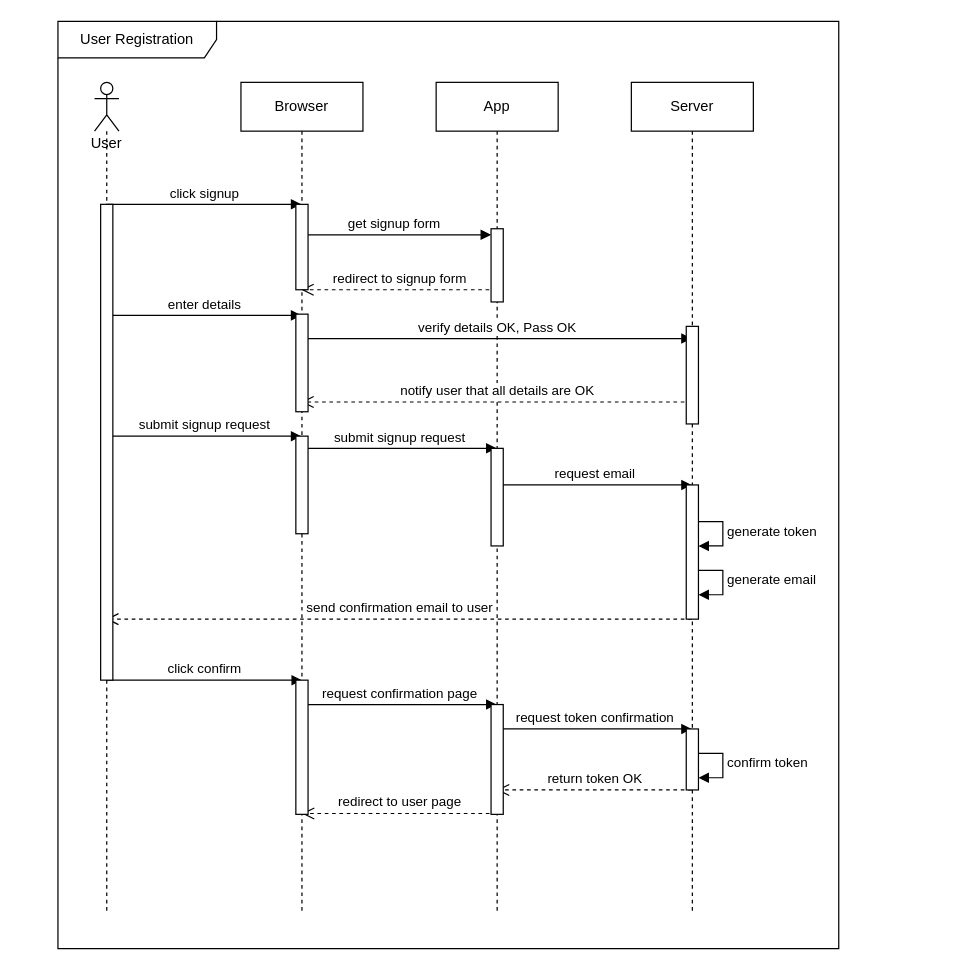
Before: docs/sequences/uc8-seq.drawio in F-Baker/montblanc, a draw.io diagram. Source tidied: cells renumbered, new cells numbered last; positions are measured from the earlier drawing's top-left corner, leaving out a move shared by most shapes. Both pictures are drawn from the tidied source at 122%, with x=0, y=0 at pixel (57, 21).
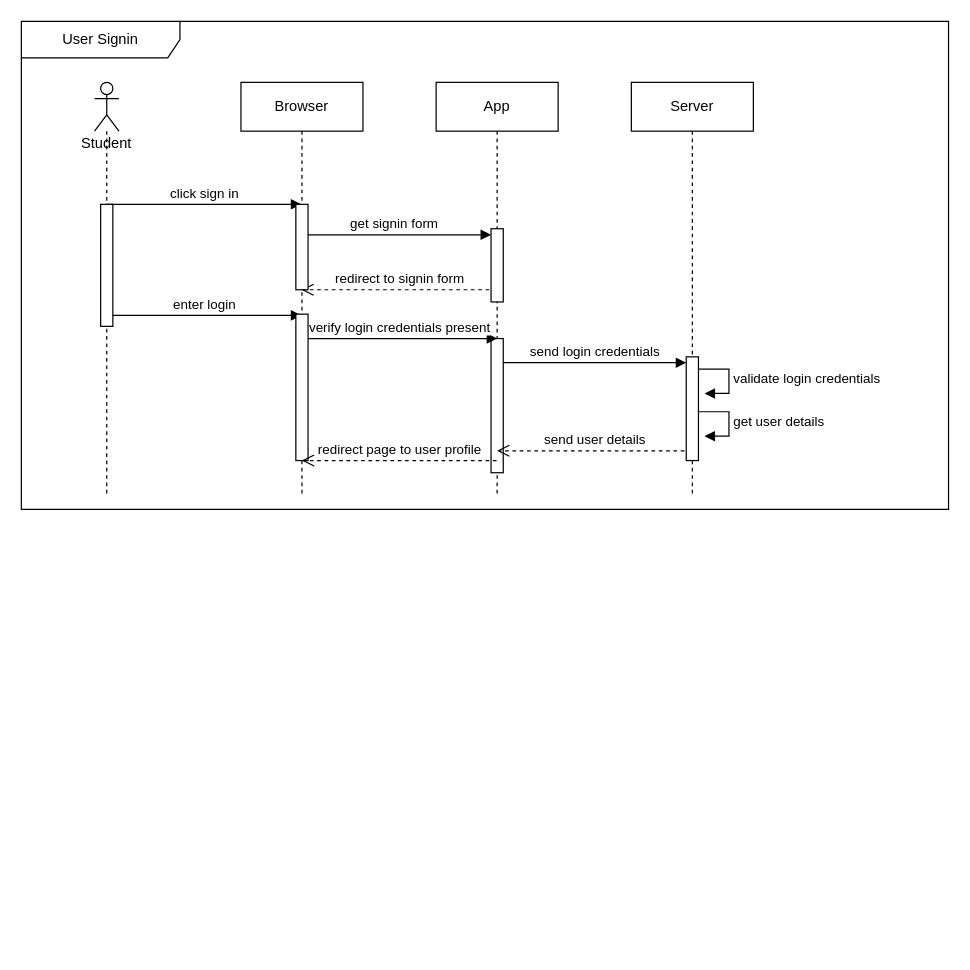
The same page after the edit.

Change to the diagram source:
```diff
@@
-    <mxCell id="2" value="User" style="shape=umlLifeline;participant=umlActor;perimeter=lifelinePerimeter;whiteSpace=wrap;html=1;verticalAlign=top;spacingTop=36;outlineConnect=0;" parent="1" vertex="1">
-      <mxGeometry x="30" y="50" width="20" height="680" as="geometry" />
+    <mxCell id="2" value="Student" style="shape=umlLifeline;participant=umlActor;perimeter=lifelinePerimeter;whiteSpace=wrap;html=1;verticalAlign=top;spacingTop=36;outlineConnect=0;" parent="1" vertex="1">
+      <mxGeometry x="30" y="50" width="20" height="340" as="geometry" />
     </mxCell>
     <mxCell id="3" value="Browser" style="shape=umlLifeline;perimeter=lifelinePerimeter;whiteSpace=wrap;html=1;outlineConnect=0;" parent="1" vertex="1">
-      <mxGeometry x="150" y="50" width="100" height="680" as="geometry" />
+      <mxGeometry x="150" y="50" width="100" height="340" as="geometry" />
     </mxCell>
     <mxCell id="4" value="App" style="shape=umlLifeline;perimeter=lifelinePerimeter;whiteSpace=wrap;html=1;outlineConnect=0;" parent="1" vertex="1">
-      <mxGeometry x="310" y="50" width="100" height="680" as="geometry" />
+      <mxGeometry x="310" y="50" width="100" height="340" as="geometry" />
     </mxCell>
+    <mxCell id="36" style="html=1;perimeter=orthogonalPerimeter;" parent="4" vertex="1">
+      <mxGeometry x="45" y="210" width="10" height="110" as="geometry" />
+    </mxCell>
     <mxCell id="5" value="Server" style="shape=umlLifeline;perimeter=lifelinePerimeter;whiteSpace=wrap;html=1;outlineConnect=0;" parent="1" vertex="1">
-      <mxGeometry x="470" y="50" width="100" height="680" as="geometry" />
+      <mxGeometry x="470" y="50" width="100" height="340" as="geometry" />
     </mxCell>
-    <mxCell id="6" value="click signup" style="html=1;verticalAlign=bottom;endArrow=block;" parent="1" edge="1" source="2">
+    <mxCell id="6" value="click sign in" style="html=1;verticalAlign=bottom;endArrow=block;" parent="1" edge="1" source="2">
       <mxGeometry relative="1" as="geometry">
         <mxPoint x="199.5" y="150" as="targetPoint" />
       </mxGeometry>
     </mxCell>
-    <mxCell id="7" value="get signup form&amp;nbsp;" style="html=1;verticalAlign=bottom;endArrow=block;" parent="1" edge="1">
+    <mxCell id="7" value="get signin form&amp;nbsp;" style="html=1;verticalAlign=bottom;endArrow=block;" parent="1" edge="1">
       <mxGeometry relative="1" as="geometry">
         <mxPoint x="200.2" y="175" as="sourcePoint" />
         <mxPoint x="355" y="175" as="targetPoint" />
       </mxGeometry>
     </mxCell>
-    <mxCell id="8" value="redirect to signup form" style="html=1;verticalAlign=bottom;endArrow=open;dashed=1;endSize=8;" parent="1" edge="1" target="3">
+    <mxCell id="8" value="redirect to signin form" style="html=1;verticalAlign=bottom;endArrow=open;dashed=1;endSize=8;" parent="1" edge="1" target="3">
       <mxGeometry relative="1" as="geometry">
         <mxPoint x="359.5" y="220" as="sourcePoint" />
       </mxGeometry>
     </mxCell>
-    <mxCell id="9" value="enter details" style="html=1;verticalAlign=bottom;endArrow=block;" parent="1" edge="1" source="2">
+    <mxCell id="9" value="enter login" style="html=1;verticalAlign=bottom;endArrow=block;" parent="1" edge="1" source="2">
       <mxGeometry relative="1" as="geometry">
         <mxPoint x="199.5" y="241" as="targetPoint" />
       </mxGeometry>
     </mxCell>
-    <mxCell id="10" value="verify details OK, Pass OK" style="html=1;verticalAlign=bottom;endArrow=block;" parent="1" edge="1">
+    <mxCell id="10" value="verify login credentials present" style="html=1;verticalAlign=bottom;endArrow=block;" parent="1" edge="1">
       <mxGeometry relative="1" as="geometry">
         <mxPoint x="199.5" y="260" as="sourcePoint" />
-        <mxPoint x="519.5" y="260" as="targetPoint" />
+        <mxPoint x="360" y="260" as="targetPoint" />
       </mxGeometry>
     </mxCell>
-    <mxCell id="11" value="notify user that all details are OK" style="html=1;verticalAlign=bottom;endArrow=open;dashed=1;endSize=8;" parent="1" edge="1">
+    <mxCell id="11" value="send user details" style="html=1;verticalAlign=bottom;endArrow=open;dashed=1;endSize=8;" parent="1" edge="1">
       <mxGeometry relative="1" as="geometry">
-        <mxPoint x="519.5" y="312" as="sourcePoint" />
-        <mxPoint x="199.5" y="312" as="targetPoint" />
+        <mxPoint x="519.5" y="352" as="sourcePoint" />
+        <mxPoint x="359.9" y="352" as="targetPoint" />
       </mxGeometry>
     </mxCell>
-    <mxCell id="12" value="submit signup request" style="html=1;verticalAlign=bottom;endArrow=block;" parent="1" edge="1" source="2">
-      <mxGeometry relative="1" as="geometry">
-        <mxPoint x="199.5" y="340" as="targetPoint" />
-      </mxGeometry>
-    </mxCell>
-    <mxCell id="13" value="submit signup request" style="html=1;verticalAlign=bottom;endArrow=block;" parent="1" edge="1" source="3" target="4">
-      <mxGeometry relative="1" as="geometry">
-        <Array as="points">
-          <mxPoint x="240" y="350" />
-        </Array>
-      </mxGeometry>
-    </mxCell>
-    <mxCell id="14" value="request email" style="html=1;verticalAlign=bottom;endArrow=block;" parent="1" edge="1" source="4" target="5">
-      <mxGeometry relative="1" as="geometry">
-        <Array as="points">
-          <mxPoint x="420.5" y="380" />
-        </Array>
-      </mxGeometry>
-    </mxCell>
-    <mxCell id="15" value="generate email" style="edgeStyle=orthogonalEdgeStyle;html=1;align=left;spacingLeft=2;endArrow=block;rounded=0;entryX=1;entryY=0;" parent="1" edge="1">
-      <mxGeometry relative="1" as="geometry">
-        <mxPoint x="520" y="450" as="sourcePoint" />
-        <mxPoint x="525" y="470" as="targetPoint" />
-        <Array as="points">
-          <mxPoint x="545" y="450" />
-        </Array>
-      </mxGeometry>
-    </mxCell>
-    <mxCell id="16" value="generate token" style="edgeStyle=orthogonalEdgeStyle;html=1;align=left;spacingLeft=2;endArrow=block;rounded=0;entryX=1;entryY=0;" parent="1" edge="1">
-      <mxGeometry relative="1" as="geometry">
-        <mxPoint x="520" y="410" as="sourcePoint" />
-        <mxPoint x="525" y="430" as="targetPoint" />
-        <Array as="points">
-          <mxPoint x="545" y="410" />
-        </Array>
-      </mxGeometry>
-    </mxCell>
-    <mxCell id="17" value="send confirmation email to user" style="html=1;verticalAlign=bottom;endArrow=open;dashed=1;endSize=8;" parent="1" edge="1" target="2">
-      <mxGeometry relative="1" as="geometry">
-        <mxPoint x="519.5" y="490" as="sourcePoint" />
-      </mxGeometry>
-    </mxCell>
-    <mxCell id="18" value="click confirm" style="html=1;verticalAlign=bottom;endArrow=block;" parent="1" edge="1" source="2">
-      <mxGeometry relative="1" as="geometry">
-        <mxPoint x="200" y="540" as="targetPoint" />
-      </mxGeometry>
-    </mxCell>
-    <mxCell id="19" value="request confirmation page" style="html=1;verticalAlign=bottom;endArrow=block;" parent="1" edge="1" target="4">
-      <mxGeometry relative="1" as="geometry">
-        <mxPoint x="200" y="560" as="sourcePoint" />
-      </mxGeometry>
-    </mxCell>
-    <mxCell id="20" value="request token confirmation" style="html=1;verticalAlign=bottom;endArrow=block;" parent="1" edge="1">
-      <mxGeometry relative="1" as="geometry">
-        <mxPoint x="360" y="580" as="sourcePoint" />
-        <mxPoint x="519.5" y="580" as="targetPoint" />
-      </mxGeometry>
-    </mxCell>
-    <mxCell id="21" value="confirm token" style="edgeStyle=orthogonalEdgeStyle;html=1;align=left;spacingLeft=2;endArrow=block;rounded=0;entryX=1;entryY=0;" parent="1" edge="1">
-      <mxGeometry relative="1" as="geometry">
-        <mxPoint x="520" y="600" as="sourcePoint" />
-        <mxPoint x="525" y="620" as="targetPoint" />
-        <Array as="points">
-          <mxPoint x="545" y="600" />
-        </Array>
-      </mxGeometry>
-    </mxCell>
-    <mxCell id="22" value="return token OK" style="html=1;verticalAlign=bottom;endArrow=open;dashed=1;endSize=8;" parent="1" edge="1">
-      <mxGeometry relative="1" as="geometry">
-        <mxPoint x="519.5" y="630" as="sourcePoint" />
-        <mxPoint x="359.8" y="630" as="targetPoint" />
-      </mxGeometry>
-    </mxCell>
-    <mxCell id="23" value="redirect to user page" style="html=1;verticalAlign=bottom;endArrow=open;dashed=1;endSize=8;" parent="1" edge="1">
-      <mxGeometry relative="1" as="geometry">
-        <mxPoint x="359.7" y="649.3" as="sourcePoint" />
-        <mxPoint x="200" y="649.3" as="targetPoint" />
-      </mxGeometry>
-    </mxCell>
-    <mxCell id="24" value="User Registration" style="shape=umlFrame;whiteSpace=wrap;html=1;width=130;height=30;" parent="1" vertex="1">
-      <mxGeometry width="640" height="760" as="geometry" />
+    <mxCell id="24" value="User Signin" style="shape=umlFrame;whiteSpace=wrap;html=1;width=130;height=30;" parent="1" vertex="1">
+      <mxGeometry x="-30" width="760" height="400" as="geometry" />
     </mxCell>
     <mxCell id="25" style="html=1;perimeter=orthogonalPerimeter;" parent="1" vertex="1">
-      <mxGeometry x="35" y="150" width="10" height="390" as="geometry" />
+      <mxGeometry x="35" y="150" width="10" height="100" as="geometry" />
     </mxCell>
@@
     <mxCell id="27" style="html=1;perimeter=orthogonalPerimeter;" parent="1" vertex="1">
-      <mxGeometry x="195" y="240" width="10" height="80" as="geometry" />
+      <mxGeometry x="195" y="240" width="10" height="120" as="geometry" />
     </mxCell>
@@
     <mxCell id="29" style="html=1;points=[];perimeter=orthogonalPerimeter;" parent="1" vertex="1">
-      <mxGeometry x="515" y="250" width="10" height="80" as="geometry" />
+      <mxGeometry x="515" y="275" width="10" height="85" as="geometry" />
     </mxCell>
-    <mxCell id="30" style="html=1;perimeter=orthogonalPerimeter;" parent="1" vertex="1">
-      <mxGeometry x="195" y="340" width="10" height="80" as="geometry" />
-    </mxCell>
-    <mxCell id="31" style="html=1;perimeter=orthogonalPerimeter;" parent="1" vertex="1">
-      <mxGeometry x="355" y="350" width="10" height="80" as="geometry" />
-    </mxCell>
-    <mxCell id="32" style="html=1;perimeter=orthogonalPerimeter;" parent="1" vertex="1">
-      <mxGeometry x="515" y="380" width="10" height="110" as="geometry" />
-    </mxCell>
-    <mxCell id="33" style="html=1;perimeter=orthogonalPerimeter;" parent="1" vertex="1">
-      <mxGeometry x="195" y="540" width="10" height="110" as="geometry" />
-    </mxCell>
-    <mxCell id="34" style="html=1;perimeter=orthogonalPerimeter;" parent="1" vertex="1">
-      <mxGeometry x="355" y="560" width="10" height="90" as="geometry" />
-    </mxCell>
-    <mxCell id="35" style="html=1;perimeter=orthogonalPerimeter;" parent="1" vertex="1">
-      <mxGeometry x="515" y="580" width="10" height="50" as="geometry" />
-    </mxCell>
+    <mxCell id="37" value="validate login credentials" style="edgeStyle=orthogonalEdgeStyle;html=1;align=left;spacingLeft=2;endArrow=block;rounded=0;entryX=1;entryY=0;" parent="1" edge="1">
+      <mxGeometry relative="1" as="geometry">
+        <mxPoint x="525" y="285" as="sourcePoint" />
+        <mxPoint x="530" y="305" as="targetPoint" />
+        <Array as="points">
+          <mxPoint x="550" y="285" />
+        </Array>
+      </mxGeometry>
+    </mxCell>
+    <mxCell id="38" value="send login credentials" style="html=1;verticalAlign=bottom;endArrow=block;" parent="1" edge="1" target="29">
+      <mxGeometry relative="1" as="geometry">
+        <mxPoint x="365" y="279.8" as="sourcePoint" />
+      </mxGeometry>
+    </mxCell>
+    <mxCell id="39" value="redirect page to user profile" style="html=1;verticalAlign=bottom;endArrow=open;dashed=1;endSize=8;" parent="1" edge="1">
+      <mxGeometry relative="1" as="geometry">
+        <mxPoint x="359.5" y="360" as="sourcePoint" />
+        <mxPoint x="199.9" y="360" as="targetPoint" />
+        <Array as="points">
+          <mxPoint x="320" y="360" />
+        </Array>
+      </mxGeometry>
+    </mxCell>
+    <mxCell id="40" value="get user details" style="edgeStyle=orthogonalEdgeStyle;html=1;align=left;spacingLeft=2;endArrow=block;rounded=0;entryX=1;entryY=0;" parent="1" edge="1">
+      <mxGeometry relative="1" as="geometry">
+        <mxPoint x="525" y="320" as="sourcePoint" />
+        <mxPoint x="530" y="340" as="targetPoint" />
+        <Array as="points">
+          <mxPoint x="550" y="320" />
+        </Array>
+      </mxGeometry>
+    </mxCell>
```
